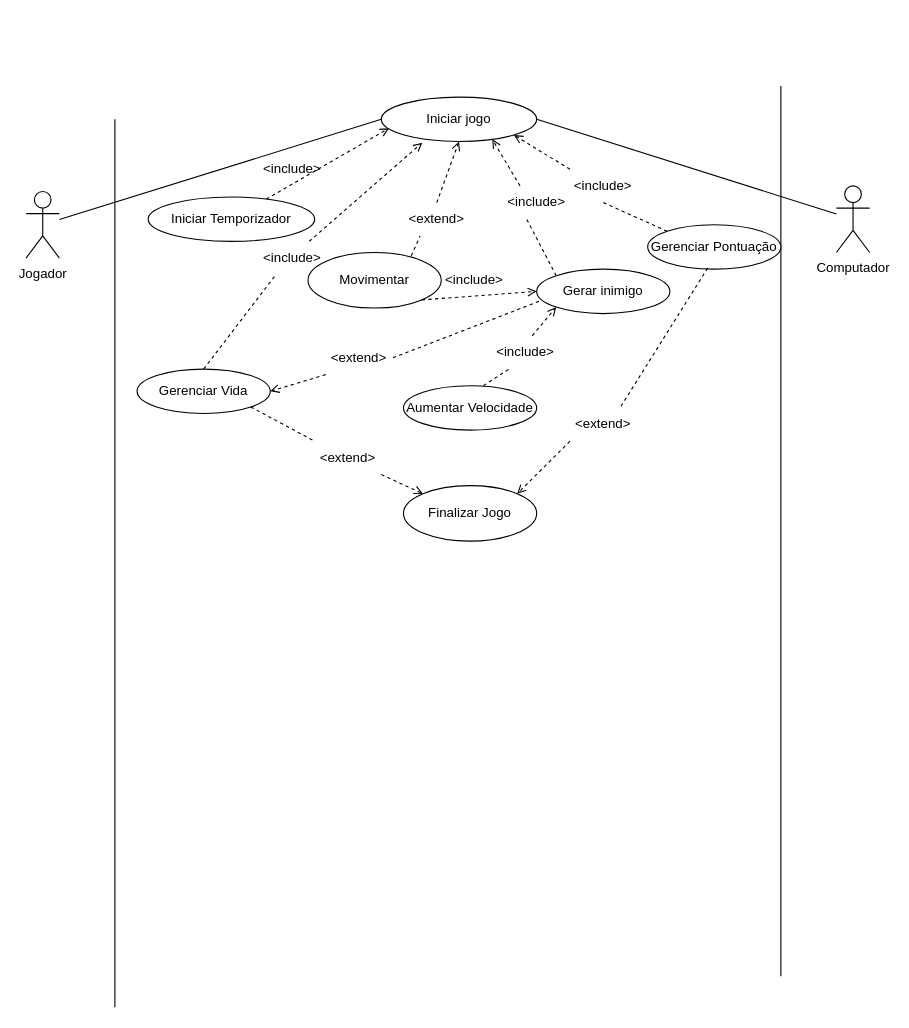
yuritelis/atvmusica keeps this draw.io diagram as Diagrama sem nome.drawio. Above is the earlier version. Source tidied: cells renumbered, new cells numbered last; positions are measured from the earlier drawing's top-left corner, leaving out a move shared by most shapes. Both pictures are drawn from the tidied source at 111%, with x=0, y=0 at pixel (26, 85).
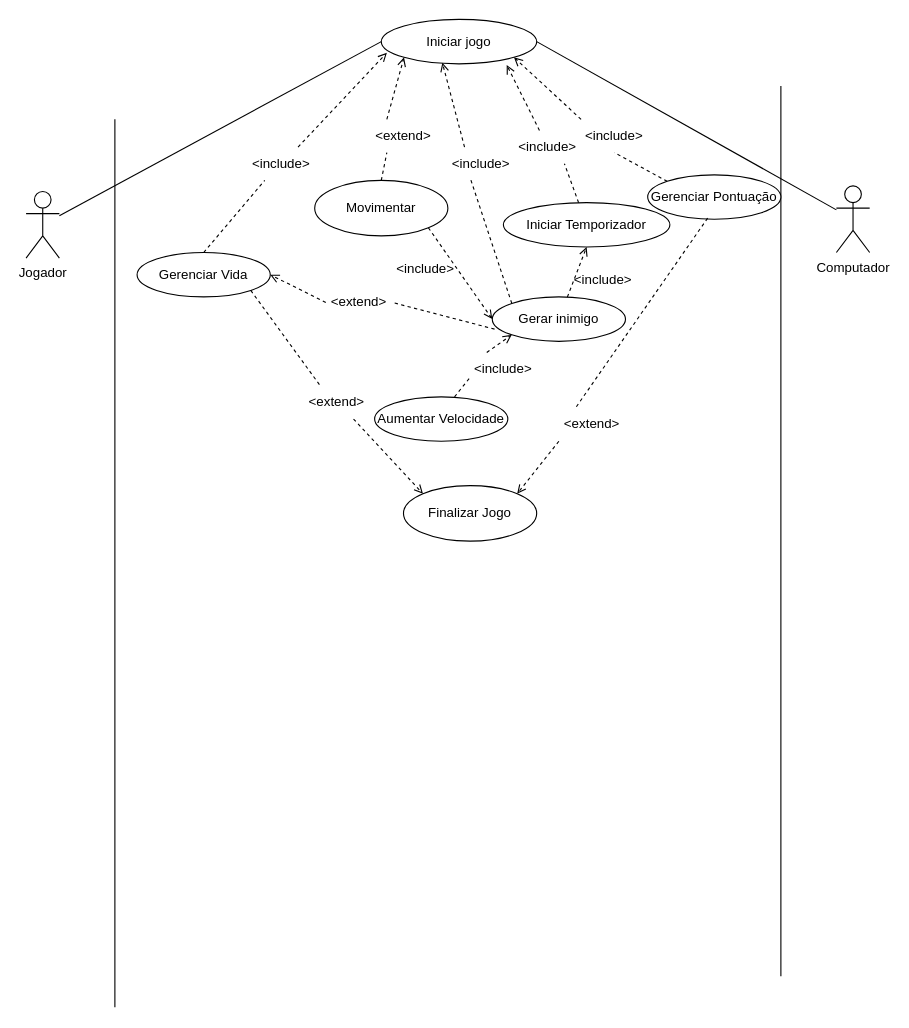
The same page after the edit.

Unchanged cells that the change refers to:
```xml
<mxCell id="33" value="Finalizar Jogo" style="ellipse;whiteSpace=wrap;html=1;" parent="1" vertex="1">
  <mxGeometry x="340" y="360" width="120" height="50" as="geometry" />
</mxCell>
```

Change to the diagram source:
```diff
@@
     <mxCell id="8" value="Iniciar jogo" style="ellipse;whiteSpace=wrap;html=1;" parent="1" vertex="1">
-      <mxGeometry x="320" y="10" width="140" height="40" as="geometry" />
+      <mxGeometry x="320" y="-60" width="140" height="40" as="geometry" />
     </mxCell>
@@
     <mxCell id="10" value="Gerenciar Pontuação" style="ellipse;whiteSpace=wrap;html=1;" parent="1" vertex="1">
-      <mxGeometry x="560" y="125" width="120" height="40" as="geometry" />
+      <mxGeometry x="560" y="80" width="120" height="40" as="geometry" />
     </mxCell>
-    <mxCell id="11" style="rounded=0;jettySize=auto;html=1;exitX=0;exitY=1;exitDx=0;exitDy=0;entryX=1;entryY=0.5;entryDx=0;entryDy=0;endArrow=open;endFill=0;dashed=1;" parent="1" edge="1" source="41" target="15">
+    <mxCell id="11" style="rounded=0;jettySize=auto;html=1;exitX=0;exitY=0.5;exitDx=0;exitDy=0;entryX=1;entryY=0.5;entryDx=0;entryDy=0;endArrow=open;endFill=0;dashed=1;" parent="1" edge="1" source="41" target="15">
       <mxGeometry relative="1" as="geometry" />
     </mxCell>
+    <mxCell id="44" style="rounded=0;jettySize=auto;html=1;entryX=0.5;entryY=1;entryDx=0;entryDy=0;dashed=1;endArrow=open;endFill=0;" parent="1" edge="1" source="12" target="26">
+      <mxGeometry relative="1" as="geometry" />
+    </mxCell>
     <mxCell id="12" value="Gerar inimigo" style="ellipse;whiteSpace=wrap;html=1;" parent="1" vertex="1">
-      <mxGeometry x="460" y="165" width="120" height="40" as="geometry" />
+      <mxGeometry x="420" y="190" width="120" height="40" as="geometry" />
     </mxCell>
@@
-    <mxCell id="14" style="rounded=0;jettySize=auto;html=1;exitX=1;exitY=1;exitDx=0;exitDy=0;entryX=0;entryY=0;entryDx=0;entryDy=0;endArrow=open;endFill=0;dashed=1;" parent="1" edge="1" source="35" target="33">
+    <mxCell id="14" style="rounded=0;jettySize=auto;html=1;exitX=0.75;exitY=1;exitDx=0;exitDy=0;entryX=0;entryY=0;entryDx=0;entryDy=0;endArrow=open;endFill=0;dashed=1;" parent="1" edge="1" source="35" target="33">
       <mxGeometry relative="1" as="geometry" />
     </mxCell>
     <mxCell id="15" value="Gerenciar Vida" style="ellipse;whiteSpace=wrap;html=1;" parent="1" vertex="1">
-      <mxGeometry x="100" y="255" width="120" height="40" as="geometry" />
+      <mxGeometry x="100" y="150" width="120" height="40" as="geometry" />
     </mxCell>
-    <mxCell id="16" style="endArrow=open;html=1;rounded=0;exitX=0.75;exitY=0;exitDx=0;exitDy=0;dashed=1;endFill=0;entryX=0.264;entryY=1.025;entryDx=0;entryDy=0;entryPerimeter=0;" parent="1" edge="1" source="39" target="8">
+    <mxCell id="16" style="endArrow=open;html=1;rounded=0;exitX=0.75;exitY=0;exitDx=0;exitDy=0;dashed=1;endFill=0;entryX=0.036;entryY=0.75;entryDx=0;entryDy=0;entryPerimeter=0;" parent="1" edge="1" source="39" target="8">
       <mxGeometry relative="1" as="geometry" />
     </mxCell>
-    <mxCell id="17" style="rounded=0;jettySize=auto;html=1;exitX=0.5;exitY=0;exitDx=0;exitDy=0;entryX=0.5;entryY=1;entryDx=0;entryDy=0;dashed=1;endArrow=open;endFill=0;" parent="1" edge="1" source="30" target="8">
+    <mxCell id="17" style="rounded=0;jettySize=auto;html=1;exitX=0.25;exitY=0;exitDx=0;exitDy=0;entryX=0;entryY=1;entryDx=0;entryDy=0;dashed=1;endArrow=open;endFill=0;" parent="1" edge="1" source="30" target="8">
       <mxGeometry relative="1" as="geometry" />
     </mxCell>
     <mxCell id="18" value="Movimentar" style="ellipse;whiteSpace=wrap;html=1;" parent="1" vertex="1">
-      <mxGeometry x="254" y="150" width="120" height="50" as="geometry" />
+      <mxGeometry x="260" y="85" width="120" height="50" as="geometry" />
     </mxCell>
@@
-    <mxCell id="20" style="rounded=0;jettySize=auto;html=1;exitX=0.6;exitY=0;exitDx=0;exitDy=0;entryX=0;entryY=1;entryDx=0;entryDy=0;exitPerimeter=0;dashed=1;endArrow=open;endFill=0;" parent="1" edge="1" source="43" target="12">
+    <mxCell id="20" style="rounded=0;jettySize=auto;html=1;exitX=0.25;exitY=0;exitDx=0;exitDy=0;entryX=0;entryY=1;entryDx=0;entryDy=0;dashed=1;endArrow=open;endFill=0;" parent="1" edge="1" source="43" target="12">
       <mxGeometry relative="1" as="geometry" />
     </mxCell>
     <mxCell id="21" value="Aumentar Velocidade" style="ellipse;whiteSpace=wrap;html=1;" parent="1" vertex="1">
-      <mxGeometry x="340" y="270" width="120" height="40" as="geometry" />
+      <mxGeometry x="314" y="280" width="120" height="40" as="geometry" />
     </mxCell>
-    <mxCell id="22" style="endArrow=open;html=1;rounded=0;exitX=0.25;exitY=0;exitDx=0;exitDy=0;dashed=1;endFill=0;entryX=0.714;entryY=0.95;entryDx=0;entryDy=0;entryPerimeter=0;" parent="1" edge="1" source="28" target="8">
+    <mxCell id="22" style="endArrow=open;html=1;rounded=0;exitX=0.25;exitY=0;exitDx=0;exitDy=0;dashed=1;endFill=0;entryX=0.393;entryY=0.975;entryDx=0;entryDy=0;entryPerimeter=0;" parent="1" edge="1" source="28" target="8">
       <mxGeometry relative="1" as="geometry" />
     </mxCell>
     <mxCell id="23" value="&amp;lt;include&amp;gt;" style="text;html=1;strokeColor=none;fillColor=none;align=center;verticalAlign=middle;whiteSpace=wrap;rounded=0;rotation=0;" parent="1" vertex="1">
-      <mxGeometry x="374" y="160" width="60" height="30" as="geometry" />
+      <mxGeometry x="330" y="150" width="60" height="30" as="geometry" />
     </mxCell>
-    <mxCell id="24" value="&amp;lt;include&amp;gt;" style="text;html=1;strokeColor=none;fillColor=none;align=center;verticalAlign=middle;whiteSpace=wrap;rounded=0;rotation=0;" parent="1" vertex="1">
-      <mxGeometry x="210" y="60" width="60" height="30" as="geometry" />
-    </mxCell>
-    <mxCell id="25" style="rounded=0;jettySize=auto;html=1;entryX=0.05;entryY=0.7;entryDx=0;entryDy=0;dashed=1;endArrow=open;endFill=0;entryPerimeter=0;" parent="1" edge="1" source="26" target="8">
+    <mxCell id="25" style="rounded=0;jettySize=auto;html=1;entryX=0.807;entryY=1.025;entryDx=0;entryDy=0;dashed=1;endArrow=open;endFill=0;entryPerimeter=0;" parent="1" edge="1" source="24" target="8">
       <mxGeometry relative="1" as="geometry" />
     </mxCell>
     <mxCell id="26" value="Iniciar Temporizador" style="ellipse;whiteSpace=wrap;html=1;" parent="1" vertex="1">
-      <mxGeometry x="110" y="100" width="150" height="40" as="geometry" />
+      <mxGeometry x="430" y="105" width="150" height="40" as="geometry" />
     </mxCell>
@@
     <mxCell id="28" value="&amp;lt;include&amp;gt;" style="text;html=1;strokeColor=none;fillColor=none;align=center;verticalAlign=middle;whiteSpace=wrap;rounded=0;rotation=0;" parent="1" vertex="1">
-      <mxGeometry x="430" y="90" width="60" height="30" as="geometry" />
+      <mxGeometry x="380" y="55" width="60" height="30" as="geometry" />
     </mxCell>
-    <mxCell id="29" style="rounded=0;jettySize=auto;html=1;exitX=0.775;exitY=0.06;exitDx=0;exitDy=0;dashed=1;endArrow=none;endFill=0;exitPerimeter=0;entryX=0.25;entryY=1;entryDx=0;entryDy=0;" parent="1" edge="1" source="18" target="30">
+    <mxCell id="29" style="rounded=0;jettySize=auto;html=1;exitX=0.5;exitY=0;exitDx=0;exitDy=0;dashed=1;endArrow=none;endFill=0;entryX=0.25;entryY=1;entryDx=0;entryDy=0;" parent="1" edge="1" source="18" target="30">
       <mxGeometry relative="1" as="geometry" />
     </mxCell>
     <mxCell id="30" value="&amp;lt;extend&amp;gt;" style="text;html=1;strokeColor=none;fillColor=none;align=center;verticalAlign=middle;whiteSpace=wrap;rounded=0;rotation=0;" parent="1" vertex="1">
-      <mxGeometry x="340" y="105" width="60" height="30" as="geometry" />
+      <mxGeometry x="310" y="30" width="60" height="30" as="geometry" />
     </mxCell>
@@
     <mxCell id="32" value="&amp;lt;include&amp;gt;" style="text;html=1;strokeColor=none;fillColor=none;align=center;verticalAlign=middle;whiteSpace=wrap;rounded=0;rotation=0;" parent="1" vertex="1">
-      <mxGeometry x="490" y="75" width="60" height="30" as="geometry" />
+      <mxGeometry x="500" y="30" width="60" height="30" as="geometry" />
     </mxCell>
@@
-    <mxCell id="34" style="rounded=0;jettySize=auto;html=1;exitX=1;exitY=1;exitDx=0;exitDy=0;entryX=0;entryY=0;entryDx=0;entryDy=0;endArrow=none;endFill=0;dashed=1;" parent="1" edge="1" source="15" target="35">
+    <mxCell id="34" style="rounded=0;jettySize=auto;html=1;exitX=1;exitY=1;exitDx=0;exitDy=0;entryX=0.25;entryY=0;entryDx=0;entryDy=0;endArrow=none;endFill=0;dashed=1;" parent="1" edge="1" source="15" target="35">
       <mxGeometry relative="1" as="geometry" />
     </mxCell>
     <mxCell id="35" value="&amp;lt;extend&amp;gt;" style="text;html=1;strokeColor=none;fillColor=none;align=center;verticalAlign=middle;whiteSpace=wrap;rounded=0;rotation=0;" parent="1" vertex="1">
-      <mxGeometry x="260" y="320" width="60" height="30" as="geometry" />
+      <mxGeometry x="250" y="270" width="60" height="30" as="geometry" />
     </mxCell>
-    <mxCell id="36" style="rounded=0;jettySize=auto;html=1;exitX=0.45;exitY=0.975;exitDx=0;exitDy=0;entryX=0.75;entryY=0;entryDx=0;entryDy=0;dashed=1;endArrow=none;endFill=0;exitPerimeter=0;" parent="1" edge="1" source="10" target="37">
+    <mxCell id="36" style="rounded=0;jettySize=auto;html=1;exitX=0.45;exitY=0.975;exitDx=0;exitDy=0;dashed=1;endArrow=none;endFill=0;exitPerimeter=0;entryX=0.25;entryY=0;entryDx=0;entryDy=0;" parent="1" edge="1" source="10" target="37">
       <mxGeometry relative="1" as="geometry" />
     </mxCell>
     <mxCell id="37" value="&amp;lt;extend&amp;gt;" style="text;html=1;strokeColor=none;fillColor=none;align=center;verticalAlign=middle;whiteSpace=wrap;rounded=0;rotation=0;" parent="1" vertex="1">
-      <mxGeometry x="490" y="290" width="60" height="30" as="geometry" />
+      <mxGeometry x="480" y="290" width="60" height="30" as="geometry" />
     </mxCell>
@@
     <mxCell id="39" value="&amp;lt;include&amp;gt;" style="text;html=1;strokeColor=none;fillColor=none;align=center;verticalAlign=middle;whiteSpace=wrap;rounded=0;rotation=0;" parent="1" vertex="1">
-      <mxGeometry x="210" y="140" width="60" height="30" as="geometry" />
+      <mxGeometry x="200" y="55" width="60" height="30" as="geometry" />
     </mxCell>
@@
     <mxCell id="41" value="&amp;lt;extend&amp;gt;" style="text;html=1;strokeColor=none;fillColor=none;align=center;verticalAlign=middle;whiteSpace=wrap;rounded=0;rotation=0;" parent="1" vertex="1">
-      <mxGeometry x="270" y="230" width="60" height="30" as="geometry" />
+      <mxGeometry x="270" y="180" width="60" height="30" as="geometry" />
     </mxCell>
-    <mxCell id="42" style="rounded=0;jettySize=auto;html=1;exitX=0.6;exitY=0;exitDx=0;exitDy=0;entryX=0.25;entryY=1;entryDx=0;entryDy=0;exitPerimeter=0;dashed=1;endArrow=none;endFill=0;" parent="1" edge="1" source="21" target="43">
+    <mxCell id="42" style="rounded=0;jettySize=auto;html=1;exitX=0.6;exitY=0;exitDx=0;exitDy=0;entryX=0;entryY=0.75;entryDx=0;entryDy=0;exitPerimeter=0;dashed=1;endArrow=none;endFill=0;" parent="1" edge="1" source="21" target="43">
       <mxGeometry relative="1" as="geometry" />
     </mxCell>
     <mxCell id="43" value="&amp;lt;include&amp;gt;" style="text;html=1;strokeColor=none;fillColor=none;align=center;verticalAlign=middle;whiteSpace=wrap;rounded=0;rotation=0;" parent="1" vertex="1">
-      <mxGeometry x="420" y="225" width="60" height="30" as="geometry" />
+      <mxGeometry x="400" y="240" width="60" height="30" as="geometry" />
     </mxCell>
+    <mxCell id="45" style="rounded=0;jettySize=auto;html=1;entryX=0.75;entryY=1;entryDx=0;entryDy=0;dashed=1;endArrow=none;endFill=0;" parent="1" edge="1" source="26" target="24">
+      <mxGeometry relative="1" as="geometry" />
+    </mxCell>
+    <mxCell id="24" value="&amp;lt;include&amp;gt;" style="text;html=1;strokeColor=none;fillColor=none;align=center;verticalAlign=middle;whiteSpace=wrap;rounded=0;rotation=0;" parent="1" vertex="1">
+      <mxGeometry x="440" y="40" width="60" height="30" as="geometry" />
+    </mxCell>
+    <mxCell id="46" value="&amp;lt;include&amp;gt;" style="text;html=1;strokeColor=none;fillColor=none;align=center;verticalAlign=middle;whiteSpace=wrap;rounded=0;rotation=0;" parent="1" vertex="1">
+      <mxGeometry x="490" y="160" width="60" height="30" as="geometry" />
+    </mxCell>
```
